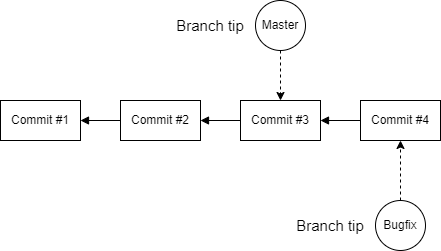
This is Assets/images/git-branch-overview.png from braboj/tutorial-git, a draw.io export, as it was before one commit. Source tidied: cells renumbered, new cells last; positions are measured from the earlier drawing's top-left corner, leaving out a move shared by most shapes.
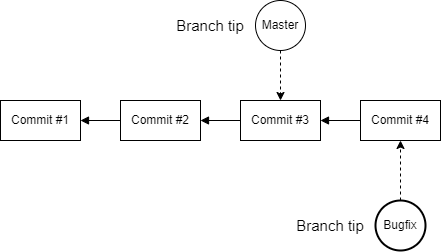
The same diagram one commit later.

What changed in the source:
```diff
@@ -32,7 +32,7 @@
     <mxCell id="11" style="edgeStyle=orthogonalEdgeStyle;rounded=0;jettySize=auto;html=1;entryX=0.5;entryY=1;entryDx=0;entryDy=0;dashed=1;" parent="1" edge="1" source="12" target="10">
       <mxGeometry relative="1" as="geometry" />
     </mxCell>
-    <mxCell id="12" value="Bugfix" style="ellipse;whiteSpace=wrap;html=1;" parent="1" vertex="1">
+    <mxCell id="12" value="Bugfix" style="ellipse;whiteSpace=wrap;html=1;strokeWidth=2;" parent="1" vertex="1">
       <mxGeometry x="375" y="200" width="50" height="50" as="geometry" />
     </mxCell>
     <mxCell id="13" value="Branch tip" style="text;html=1;strokeColor=none;fillColor=none;align=center;verticalAlign=middle;whiteSpace=wrap;rounded=0;sketch=1;fontFamily=Helvetica;fontSize=15;" parent="1" vertex="1">
```
